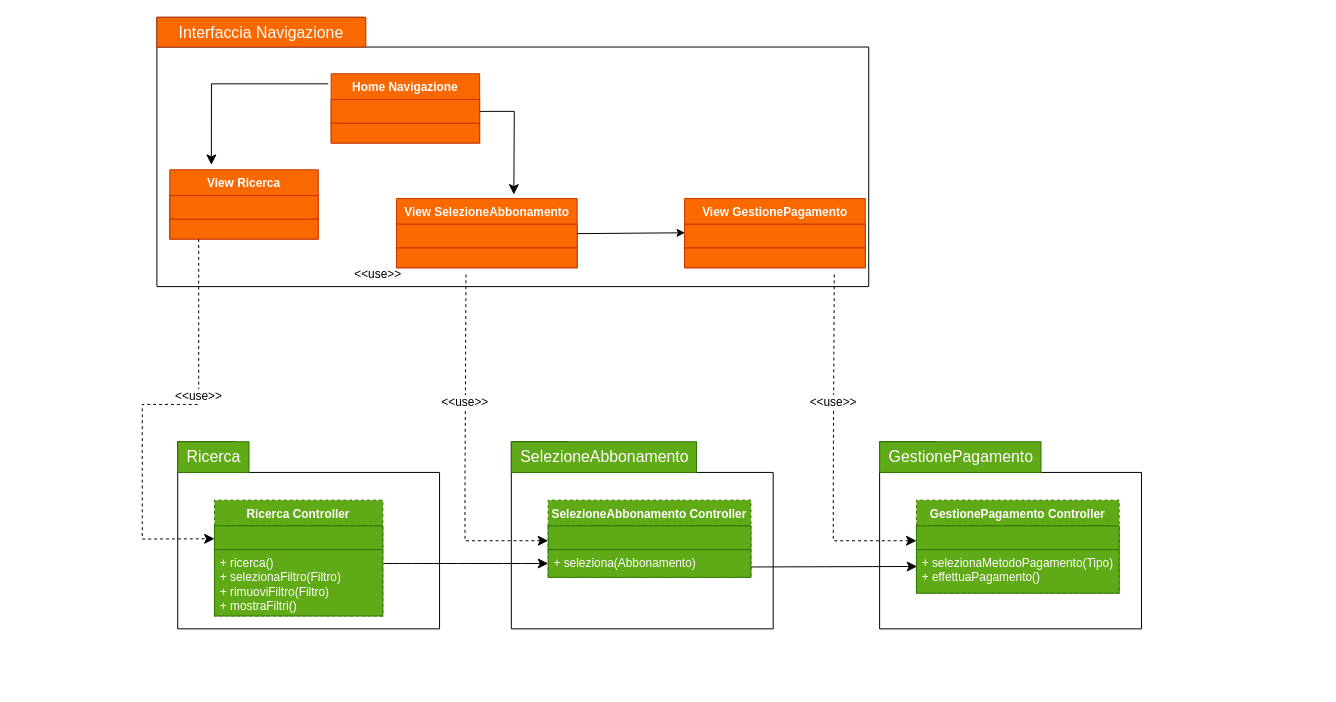
JosephBoom02/Progetto_Ingegneria_del_Software keeps this draw.io diagram as Diagrammi_Package/Classi/ricerca.drawio. Above is the earlier version. Source tidied: cells renumbered, new cells numbered last; positions are measured from the earlier drawing's top-left corner, leaving out a move shared by most shapes. Both pictures are drawn from the tidied source at 99%, with x=0, y=0 at pixel (26, 17).
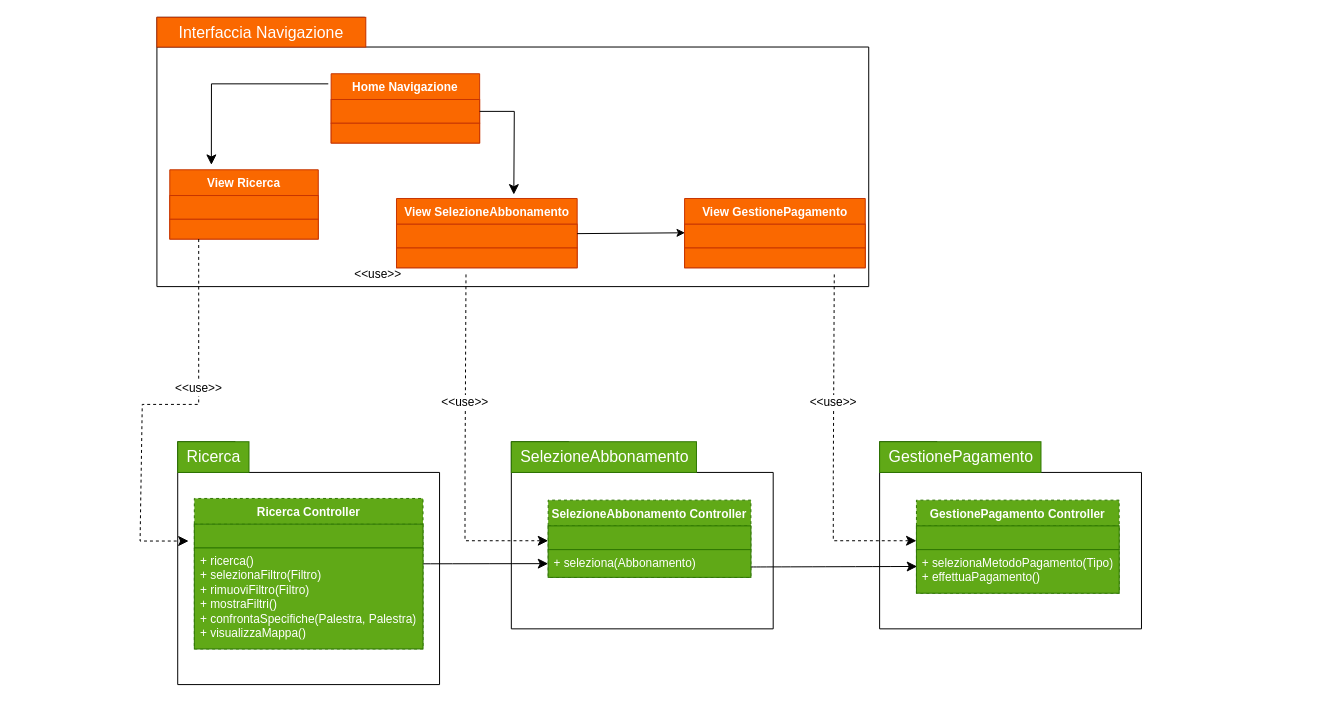
The same page after the edit.

The change refers to these unchanged cells:
```xml
<mxCell id="15" value="+ seleziona(Abbonamento)" style="text;strokeColor=#2D7600;fillColor=#60a917;align=left;verticalAlign=top;spacingLeft=4;spacingRight=4;overflow=hidden;points=[[0,0.5],[1,0.5]];portConstraint=eastwest;whiteSpace=wrap;html=1;fontColor=#ffffff;" parent="12" vertex="1">
  <mxGeometry y="50" width="204.8" height="28" as="geometry" />
</mxCell>
```

Diff of the diagram source:
```diff
@@
     <mxCell id="3" style="shape=folder;fontStyle=1;spacingTop=10;tabWidth=58;tabHeight=31;tabPosition=left;html=1;whiteSpace=wrap;" parent="1" vertex="1">
-      <mxGeometry x="153" y="428.7" width="264.5" height="189" as="geometry" />
+      <mxGeometry x="153" y="428.7" width="264.5" height="245.3" as="geometry" />
     </mxCell>
@@
     <mxCell id="5" value="Ricerca Controller" style="swimlane;fontStyle=1;align=center;verticalAlign=top;horizontal=1;startSize=26;whiteSpace=wrap;html=1;fillColor=#60a917;fontColor=#ffffff;strokeColor=#2D7600;dashed=1;" parent="1" vertex="1">
-      <mxGeometry x="190.2" y="487.7" width="170" height="117" as="geometry" />
+      <mxGeometry x="169.8" y="486" width="231" height="152" as="geometry" />
     </mxCell>
     <mxCell id="6" style="text;strokeColor=#2D7600;fillColor=#60a917;align=left;verticalAlign=top;spacingLeft=4;spacingRight=4;overflow=hidden;whiteSpace=wrap;html=1;fontColor=#ffffff;" parent="5" vertex="1">
-      <mxGeometry y="26" width="170" height="24" as="geometry" />
+      <mxGeometry y="26" width="231" height="24" as="geometry" />
     </mxCell>
     <mxCell id="7" style="line;strokeWidth=1;fillColor=#fa6800;align=left;verticalAlign=middle;spacingTop=-1;spacingLeft=3;spacingRight=3;labelPosition=right;strokeColor=#FF8000;fontColor=#000000;" parent="5" vertex="1">
-      <mxGeometry y="50" width="170" as="geometry" />
+      <mxGeometry y="50" width="231" as="geometry" />
     </mxCell>
-    <mxCell id="8" value="&lt;div&gt;+ ricerca()&lt;/div&gt;&lt;div&gt;+ selezionaFiltro(Filtro)&lt;/div&gt;&lt;div&gt;+ rimuoviFiltro(Filtro)&lt;br&gt;&lt;/div&gt;&lt;div&gt;+ mostraFiltri()&lt;br&gt;&lt;/div&gt;" style="text;strokeColor=#2D7600;fillColor=#60a917;align=left;verticalAlign=top;spacingLeft=4;spacingRight=4;overflow=hidden;whiteSpace=wrap;html=1;fontColor=#ffffff;" parent="5" vertex="1">
-      <mxGeometry y="50" width="170" height="67" as="geometry" />
+    <mxCell id="8" value="&lt;div&gt;+ ricerca()&lt;/div&gt;&lt;div&gt;+ selezionaFiltro(Filtro)&lt;/div&gt;&lt;div&gt;+ rimuoviFiltro(Filtro)&lt;br&gt;&lt;/div&gt;&lt;div&gt;+ mostraFiltri()&lt;br&gt;&lt;/div&gt;&lt;div&gt;+ confrontaSpecifiche(Palestra, Palestra)&lt;/div&gt;&lt;div&gt;+ visualizzaMappa()&lt;/div&gt;" style="text;strokeColor=#2D7600;fillColor=#60a917;align=left;verticalAlign=top;spacingLeft=4;spacingRight=4;overflow=hidden;whiteSpace=wrap;html=1;fontColor=#ffffff;" parent="5" vertex="1">
+      <mxGeometry y="50" width="231" height="102" as="geometry" />
     </mxCell>
@@
     <mxCell id="17" style="edgeStyle=none;curved=1;rounded=0;jettySize=auto;html=1;fontSize=12;startSize=8;endSize=8;" parent="1" edge="1" target="15">
       <mxGeometry relative="1" as="geometry">
-        <mxPoint x="361" y="551.7" as="sourcePoint" />
+        <mxPoint x="401" y="552" as="sourcePoint" />
       </mxGeometry>
     </mxCell>
@@
     <mxCell id="50" style="edgeStyle=none;curved=0;rounded=0;orthogonalLoop=1;jettySize=auto;html=1;exitX=0.186;exitY=1.094;exitDx=0;exitDy=0;fontSize=12;startSize=8;endSize=8;dashed=1;exitPerimeter=0;" parent="1" edge="1">
       <mxGeometry relative="1" as="geometry">
         <mxPoint x="174.2" y="224" as="sourcePoint" />
-        <mxPoint x="190.2" y="526.7" as="targetPoint" />
+        <mxPoint x="164" y="529" as="targetPoint" />
         <Array as="points">
           <mxPoint x="174.2" y="391" />
           <mxPoint x="117.2" y="391" />
-          <mxPoint x="117.2" y="527" />
+          <mxPoint x="115" y="529" />
         </Array>
       </mxGeometry>
     </mxCell>
```
